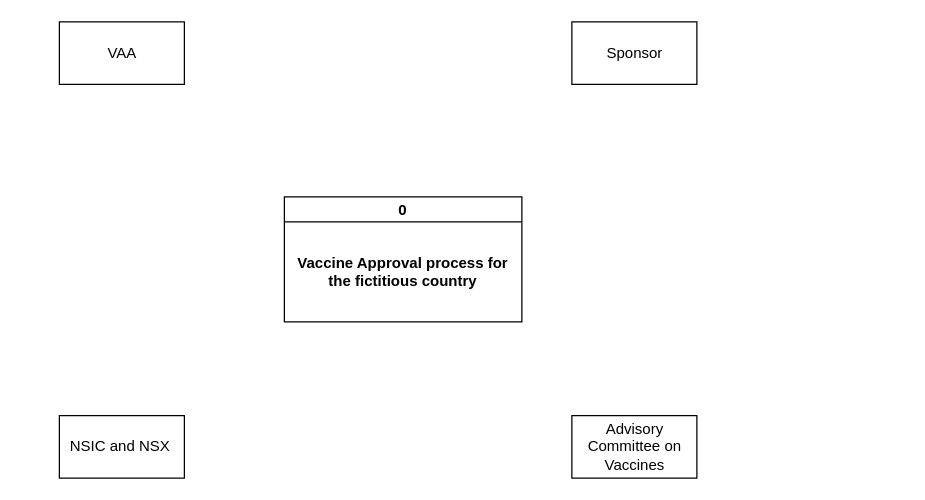
The draw.io diagram context.drawio in forthegame/ANU2024, before the edit. Source tidied: cells renumbered, new cells numbered last; positions are measured from the earlier drawing's top-left corner, leaving out a move shared by most shapes. Both pictures are drawn from the tidied source at 125%, with x=0, y=0 at pixel (59, 21).
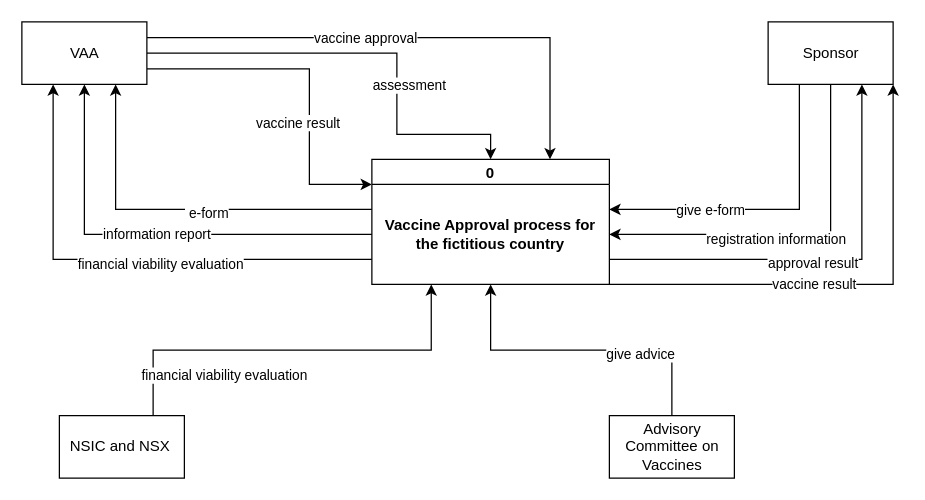
The same diagram, later.

Unchanged cells that the change refers to:
```xml
<mxCell id="3" value="&lt;b&gt;Vaccine Approval process for the fictitious country&lt;/b&gt;" style="text;html=1;strokeColor=none;fillColor=none;align=center;verticalAlign=middle;whiteSpace=wrap;rounded=0;" parent="2" vertex="1">
  <mxGeometry y="20" width="190" height="80" as="geometry" />
</mxCell>
<mxCell id="6" value="NSIC and&amp;nbsp;NSX&amp;nbsp;" style="html=1;dashed=0;whitespace=wrap;" parent="1" vertex="1">
  <mxGeometry y="315" width="100" height="50" as="geometry" />
</mxCell>
```

What changed in the source:
```diff
@@
     <mxCell id="2" value="0" style="swimlane;fontStyle=1;horizontal=1;startSize=20;fillColor=#ffffff;swimlaneFillColor=#ffffff;" parent="1" vertex="1">
-      <mxGeometry x="180" y="140" width="190" height="100" as="geometry" />
+      <mxGeometry x="250" y="110" width="190" height="100" as="geometry" />
     </mxCell>
@@
+    <mxCell id="8" style="edgeStyle=orthogonalEdgeStyle;rounded=0;jettySize=auto;html=1;entryX=0;entryY=0;entryDx=0;entryDy=0;exitX=1;exitY=0.75;exitDx=0;exitDy=0;" parent="1" edge="1" source="4" target="3">
+      <mxGeometry relative="1" as="geometry">
+        <Array as="points">
+          <mxPoint x="200" y="38" />
+          <mxPoint x="200" y="130" />
+        </Array>
+      </mxGeometry>
+    </mxCell>
+    <mxCell id="9" value="vaccine result" style="edgeLabel;html=1;align=center;verticalAlign=middle;" parent="8" vertex="1">
+      <mxGeometry x="-0.47" y="-1" relative="1" as="geometry">
+        <mxPoint x="48" y="42" as="offset" />
+      </mxGeometry>
+    </mxCell>
+    <mxCell id="10" style="edgeStyle=orthogonalEdgeStyle;rounded=0;jettySize=auto;html=1;exitX=1;exitY=0.5;exitDx=0;exitDy=0;entryX=0.5;entryY=0;entryDx=0;entryDy=0;" parent="1" edge="1" source="4" target="2">
+      <mxGeometry relative="1" as="geometry">
+        <Array as="points">
+          <mxPoint x="270" y="25" />
+          <mxPoint x="270" y="90" />
+        </Array>
+      </mxGeometry>
+    </mxCell>
+    <mxCell id="11" value="assessment" style="edgeLabel;html=1;align=center;verticalAlign=middle;" parent="10" vertex="1">
+      <mxGeometry x="-0.03" y="-1" relative="1" as="geometry">
+        <mxPoint x="34" y="24" as="offset" />
+      </mxGeometry>
+    </mxCell>
+    <mxCell id="12" style="edgeStyle=orthogonalEdgeStyle;rounded=0;jettySize=auto;html=1;exitX=1;exitY=0.25;exitDx=0;exitDy=0;entryX=0.75;entryY=0;entryDx=0;entryDy=0;" parent="1" edge="1" source="4" target="2">
+      <mxGeometry relative="1" as="geometry" />
+    </mxCell>
+    <mxCell id="13" value="vaccine approval" style="edgeLabel;html=1;align=center;verticalAlign=middle;" parent="12" vertex="1">
+      <mxGeometry x="-0.17" relative="1" as="geometry" />
+    </mxCell>
     <mxCell id="4" value="VAA" style="html=1;dashed=0;whitespace=wrap;" parent="1" vertex="1">
-      <mxGeometry width="100" height="50" as="geometry" />
+      <mxGeometry x="-30" width="100" height="50" as="geometry" />
     </mxCell>
+    <mxCell id="14" style="edgeStyle=orthogonalEdgeStyle;rounded=0;jettySize=auto;html=1;exitX=0.25;exitY=1;exitDx=0;exitDy=0;entryX=1;entryY=0.25;entryDx=0;entryDy=0;" parent="1" edge="1" source="5" target="3">
+      <mxGeometry relative="1" as="geometry" />
+    </mxCell>
+    <mxCell id="15" value="give e-form" style="edgeLabel;html=1;align=center;verticalAlign=middle;" parent="14" vertex="1">
+      <mxGeometry x="-0.44" y="-1" relative="1" as="geometry">
+        <mxPoint x="-71" y="29" as="offset" />
+      </mxGeometry>
+    </mxCell>
+    <mxCell id="16" style="edgeStyle=orthogonalEdgeStyle;rounded=0;jettySize=auto;html=1;exitX=0.5;exitY=1;exitDx=0;exitDy=0;entryX=1;entryY=0.5;entryDx=0;entryDy=0;" parent="1" edge="1" source="5" target="3">
+      <mxGeometry relative="1" as="geometry" />
+    </mxCell>
+    <mxCell id="17" value="registration information&amp;nbsp;" style="edgeLabel;html=1;align=center;verticalAlign=middle;" parent="16" vertex="1">
+      <mxGeometry x="0.1" y="3" relative="1" as="geometry" />
+    </mxCell>
     <mxCell id="5" value="Sponsor" style="html=1;dashed=0;whitespace=wrap;" parent="1" vertex="1">
-      <mxGeometry x="410" width="100" height="50" as="geometry" />
+      <mxGeometry x="567" width="100" height="50" as="geometry" />
     </mxCell>
+    <mxCell id="18" style="edgeStyle=orthogonalEdgeStyle;rounded=0;jettySize=auto;html=1;exitX=0.75;exitY=0;exitDx=0;exitDy=0;entryX=0.25;entryY=1;entryDx=0;entryDy=0;" parent="1" edge="1" source="6" target="3">
+      <mxGeometry relative="1" as="geometry" />
+    </mxCell>
+    <mxCell id="19" value="financial viability evaluation" style="edgeLabel;html=1;align=center;verticalAlign=middle;" parent="18" vertex="1">
+      <mxGeometry x="-0.36" y="-1" relative="1" as="geometry">
+        <mxPoint x="4" y="19" as="offset" />
+      </mxGeometry>
+    </mxCell>
@@
+    <mxCell id="20" style="edgeStyle=orthogonalEdgeStyle;rounded=0;jettySize=auto;html=1;exitX=0.5;exitY=0;exitDx=0;exitDy=0;entryX=0.5;entryY=1;entryDx=0;entryDy=0;" parent="1" edge="1" source="7" target="3">
+      <mxGeometry relative="1" as="geometry" />
+    </mxCell>
+    <mxCell id="21" value="give advice" style="edgeLabel;html=1;align=center;verticalAlign=middle;" parent="20" vertex="1">
+      <mxGeometry x="-0.38" y="3" relative="1" as="geometry" />
+    </mxCell>
     <mxCell id="7" value="Advisory &lt;br&gt;Committee on &lt;br&gt;Vaccines" style="html=1;dashed=0;whitespace=wrap;" parent="1" vertex="1">
-      <mxGeometry x="410" y="315" width="100" height="50" as="geometry" />
+      <mxGeometry x="440" y="315" width="100" height="50" as="geometry" />
     </mxCell>
+    <mxCell id="22" style="edgeStyle=orthogonalEdgeStyle;rounded=0;jettySize=auto;html=1;exitX=0;exitY=0.25;exitDx=0;exitDy=0;entryX=0.75;entryY=1;entryDx=0;entryDy=0;" parent="1" edge="1" source="3" target="4">
+      <mxGeometry relative="1" as="geometry" />
+    </mxCell>
+    <mxCell id="23" value="&amp;nbsp;e-form" style="edgeLabel;html=1;align=center;verticalAlign=middle;" parent="22" vertex="1">
+      <mxGeometry x="-0.13" y="2" relative="1" as="geometry" />
+    </mxCell>
+    <mxCell id="24" style="edgeStyle=orthogonalEdgeStyle;rounded=0;jettySize=auto;html=1;exitX=0;exitY=0.5;exitDx=0;exitDy=0;entryX=0.5;entryY=1;entryDx=0;entryDy=0;" parent="1" edge="1" source="3" target="4">
+      <mxGeometry relative="1" as="geometry" />
+    </mxCell>
+    <mxCell id="25" value="information report" style="edgeLabel;html=1;align=center;verticalAlign=middle;" parent="24" vertex="1">
+      <mxGeometry x="-0.01" y="-1" relative="1" as="geometry" />
+    </mxCell>
+    <mxCell id="26" style="edgeStyle=orthogonalEdgeStyle;rounded=0;jettySize=auto;html=1;exitX=0;exitY=0.75;exitDx=0;exitDy=0;entryX=0.25;entryY=1;entryDx=0;entryDy=0;" parent="1" edge="1" source="3" target="4">
+      <mxGeometry relative="1" as="geometry" />
+    </mxCell>
+    <mxCell id="27" value="financial viability evaluation" style="edgeLabel;html=1;align=center;verticalAlign=middle;" parent="26" vertex="1">
+      <mxGeometry x="-0.08" y="3" relative="1" as="geometry">
+        <mxPoint x="12" as="offset" />
+      </mxGeometry>
+    </mxCell>
+    <mxCell id="28" style="edgeStyle=orthogonalEdgeStyle;rounded=0;jettySize=auto;html=1;exitX=1;exitY=0.75;exitDx=0;exitDy=0;entryX=0.75;entryY=1;entryDx=0;entryDy=0;" parent="1" edge="1" source="3" target="5">
+      <mxGeometry relative="1" as="geometry" />
+    </mxCell>
+    <mxCell id="29" value="approval result" style="edgeLabel;html=1;align=center;verticalAlign=middle;" parent="28" vertex="1">
+      <mxGeometry x="-0.05" y="-2" relative="1" as="geometry" />
+    </mxCell>
+    <mxCell id="30" style="edgeStyle=orthogonalEdgeStyle;rounded=0;jettySize=auto;html=1;exitX=1;exitY=1;exitDx=0;exitDy=0;entryX=1;entryY=1;entryDx=0;entryDy=0;" parent="1" edge="1" source="3" target="5">
+      <mxGeometry relative="1" as="geometry">
+        <Array as="points">
+          <mxPoint x="667" y="210" />
+        </Array>
+      </mxGeometry>
+    </mxCell>
+    <mxCell id="31" value="vaccine result" style="edgeLabel;html=1;align=center;verticalAlign=middle;" parent="30" vertex="1">
+      <mxGeometry x="-0.16" y="1" relative="1" as="geometry" />
+    </mxCell>
```
